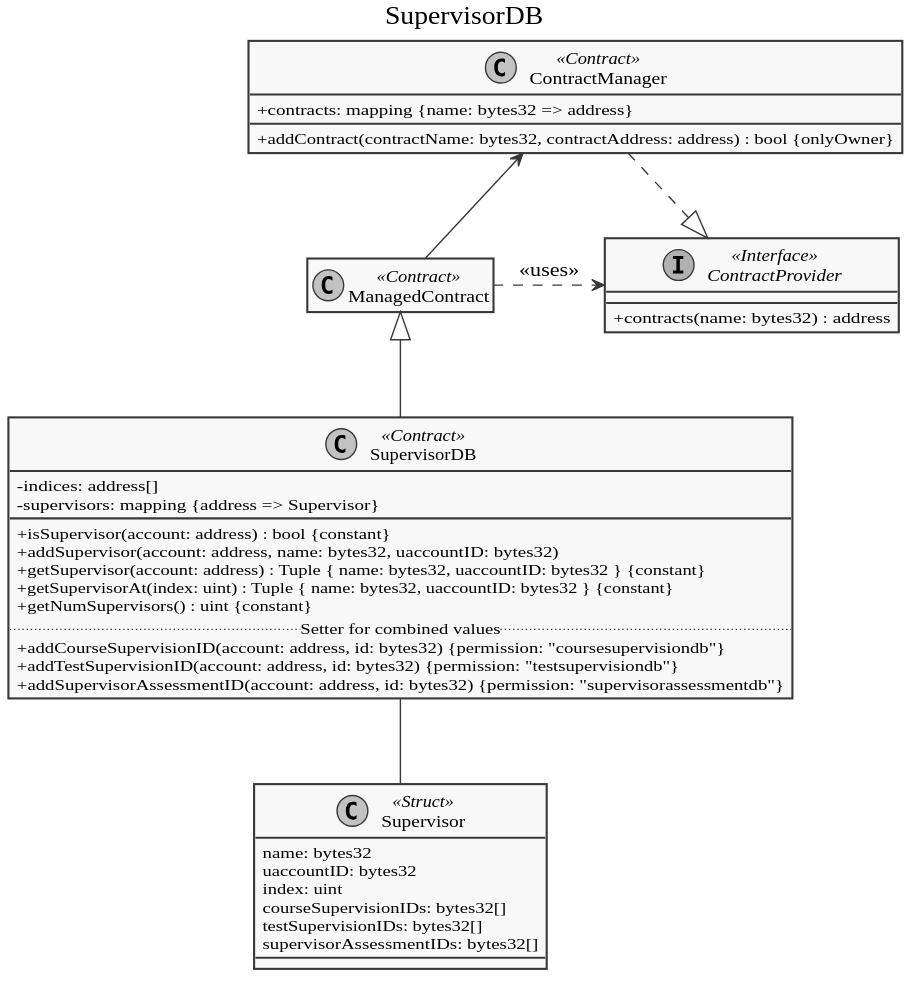
Before: doc/diagrams/export/contracts/supervisordb.svg, a diagram exported from PlantUML (dev-tee/blockpass). Source of this version:
```plantuml
@startuml


skinparam monochrome true
skinparam shadowing false
skinparam classAttributeIconSize 0
skinparam defaultFontName "Source Sans Pro Semibold"








title Owned

class Owned << Contract >> {
  +owner: address
  __
  +Owned()
  .. Modifier ..
  #onlyOwner()
}



title ContractProvider

interface ContractProvider << Interface >> {
  +contracts(name: bytes32) : address
}


title ContractManager

class ContractManager << Contract >> {
  +contracts: mapping {name: bytes32 => address}
  +addContract(contractName: bytes32, contractAddress: address) : bool {onlyOwner}
}

ContractManager -up-|> Owned

ContractManager .down.|> ContractProvider


title ManagedContract

class ManagedContract << Contract >> {
  #MAN: address
  __
  +setContractManagerAddress(contractManagerAddress: address) : bool
  .. Modifier ..
  #permission(permittedSender: bytes32)
}

ManagedContract .right.> ContractProvider : << uses >>
ManagedContract -up-> ContractManager

hide Owned


title SupervisorDB

class Supervisor << Struct >> {
  name: bytes32
  uaccountID: bytes32
  index: uint
  courseSupervisionIDs: bytes32[]
  testSupervisionIDs: bytes32[]
  supervisorAssessmentIDs: bytes32[]
}

class SupervisorDB << Contract >> {
  -indices: address[]
  -supervisors: mapping {address => Supervisor}
  __
  +isSupervisor(account: address) : bool {constant}
  +addSupervisor(account: address, name: bytes32, uaccountID: bytes32)
  +getSupervisor(account: address) : Tuple { name: bytes32, uaccountID: bytes32 } {constant}
  +getSupervisorAt(index: uint) : Tuple { name: bytes32, uaccountID: bytes32 } {constant}
  +getNumSupervisors() : uint {constant}
  .. Setter for combined values ..
  +addCourseSupervisionID(account: address, id: bytes32) {permission: "coursesupervisiondb"}
  +addTestSupervisionID(account: address, id: bytes32) {permission: "testsupervisiondb"}
  +addSupervisorAssessmentID(account: address, id: bytes32) {permission: "supervisorassessmentdb"}
}

SupervisorDB -up-|> ManagedContract
SupervisorDB -down- Supervisor

hide ManagedContract members

@enduml
```
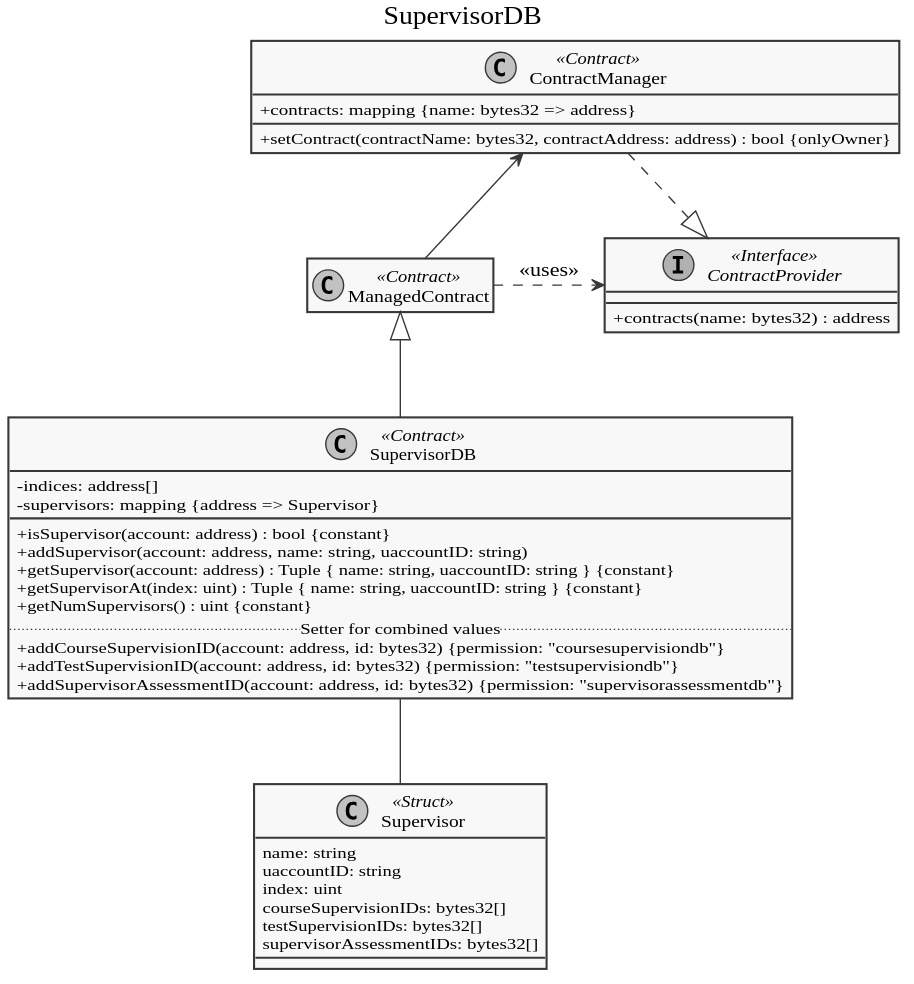
Later version of the same file.

Change to the diagram source:
```diff
@@ -36,7 +36,7 @@
 
 class ContractManager << Contract >> {
   +contracts: mapping {name: bytes32 => address}
-  +addContract(contractName: bytes32, contractAddress: address) : bool {onlyOwner}
+  +setContract(contractName: bytes32, contractAddress: address) : bool {onlyOwner}
 }
 
 ContractManager -up-|> Owned
@@ -63,8 +63,8 @@
 title SupervisorDB
 
 class Supervisor << Struct >> {
-  name: bytes32
-  uaccountID: bytes32
+  name: string
+  uaccountID: string
   index: uint
   courseSupervisionIDs: bytes32[]
   testSupervisionIDs: bytes32[]
@@ -76,9 +76,9 @@
   -supervisors: mapping {address => Supervisor}
   __
   +isSupervisor(account: address) : bool {constant}
-  +addSupervisor(account: address, name: bytes32, uaccountID: bytes32)
-  +getSupervisor(account: address) : Tuple { name: bytes32, uaccountID: bytes32 } {constant}
-  +getSupervisorAt(index: uint) : Tuple { name: bytes32, uaccountID: bytes32 } {constant}
+  +addSupervisor(account: address, name: string, uaccountID: string)
+  +getSupervisor(account: address) : Tuple { name: string, uaccountID: string } {constant}
+  +getSupervisorAt(index: uint) : Tuple { name: string, uaccountID: string } {constant}
   +getNumSupervisors() : uint {constant}
   .. Setter for combined values ..
   +addCourseSupervisionID(account: address, id: bytes32) {permission: "coursesupervisiondb"}
```
